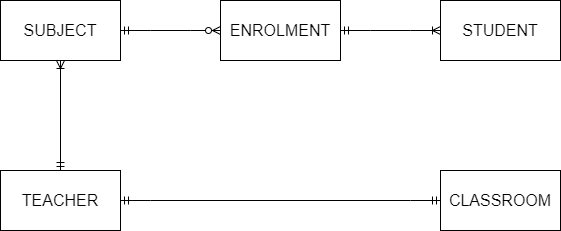
Before: 2024-JAN/question2a.png, a diagram exported from draw.io (YKLoh666/AACS3013-Past-Year-Answer). Source tidied: cells renumbered, new cells last; positions are measured from the earlier drawing's top-left corner, leaving out a move shared by most shapes.
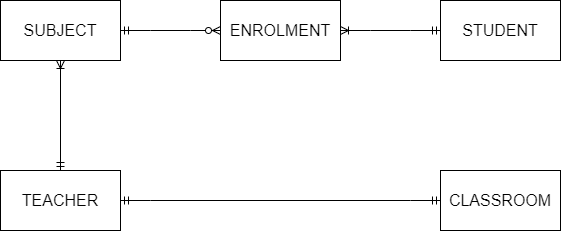
The same file after the commit.

Commit message:
Fix Question 2a cardinality mistake

What changed in the source:
```diff
@@ -20,7 +20,7 @@
     <mxCell id="7" style="edgeStyle=entityRelationEdgeStyle;fontSize=12;html=1;endArrow=ERzeroToMany;startArrow=ERmandOne;rounded=0;exitX=1;exitY=0.5;exitDx=0;exitDy=0;entryX=0;entryY=0.5;entryDx=0;entryDy=0;" parent="1" edge="1" source="2" target="6">
       <mxGeometry relative="1" as="geometry" />
     </mxCell>
-    <mxCell id="8" style="edgeStyle=entityRelationEdgeStyle;fontSize=12;html=1;endArrow=ERoneToMany;startArrow=ERmandOne;rounded=0;entryX=0;entryY=0.5;entryDx=0;entryDy=0;exitX=1;exitY=0.5;exitDx=0;exitDy=0;" parent="1" edge="1" source="6" target="3">
+    <mxCell id="8" style="edgeStyle=entityRelationEdgeStyle;fontSize=12;html=1;endArrow=ERoneToMany;startArrow=ERmandOne;rounded=0;exitX=0;exitY=0.5;exitDx=0;exitDy=0;entryX=1;entryY=0.5;entryDx=0;entryDy=0;" parent="1" edge="1" source="3" target="6">
       <mxGeometry relative="1" as="geometry" />
     </mxCell>
     <mxCell id="9" style="edgeStyle=orthogonalEdgeStyle;fontSize=12;html=1;endArrow=ERoneToMany;startArrow=ERmandOne;rounded=0;exitX=0.5;exitY=0;exitDx=0;exitDy=0;entryX=0.5;entryY=1;entryDx=0;entryDy=0;" parent="1" edge="1" source="4" target="2">
```
